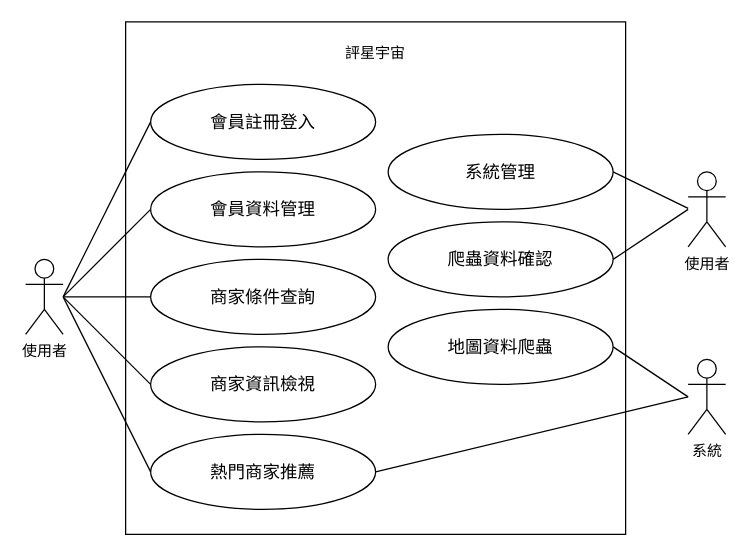
Above: 文件資料/物件導向分析/使用案例圖.drawio in Cuddles-Yu/ntub-coding (draw.io), before the change. Source tidied: cells renumbered, new cells numbered last; positions are measured from the earlier drawing's top-left corner, leaving out a move shared by most shapes. Both pictures are drawn from the tidied source at 125%, with x=0, y=0 at pixel (25, 21).
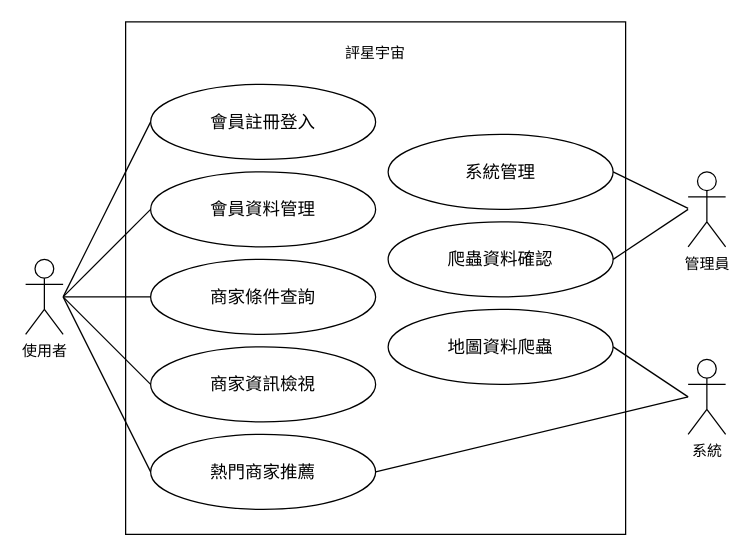
The same page after the edit.

Change to the diagram source:
```diff
@@
-    <mxCell id="19" value="使用者" style="shape=umlActor;verticalLabelPosition=bottom;verticalAlign=top;html=1;" parent="1" vertex="1">
+    <mxCell id="19" value="管理員" style="shape=umlActor;verticalLabelPosition=bottom;verticalAlign=top;html=1;" parent="1" vertex="1">
       <mxGeometry x="530" y="120" width="30" height="60" as="geometry" />
     </mxCell>
```
